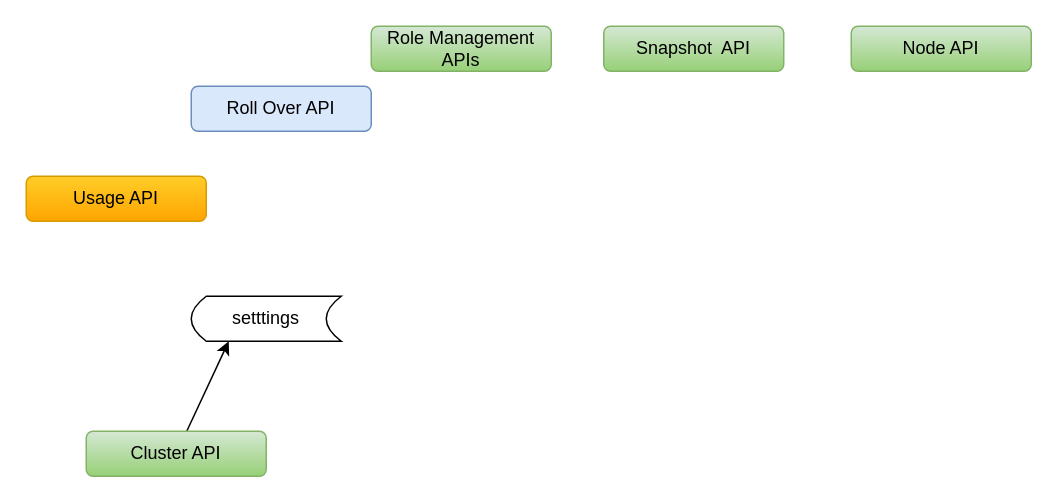
Before: page "Administration APIs" (2 of 5) of My Articles/elastic stack/ES REST APIs.drawio in paramothers/books, a draw.io diagram. Source tidied: cells renumbered, new cells numbered last; positions are measured from the earlier drawing's top-left corner, leaving out a move shared by most shapes. Both pictures are drawn from the tidied source at 150%, with x=0, y=0 at pixel (26, 26).
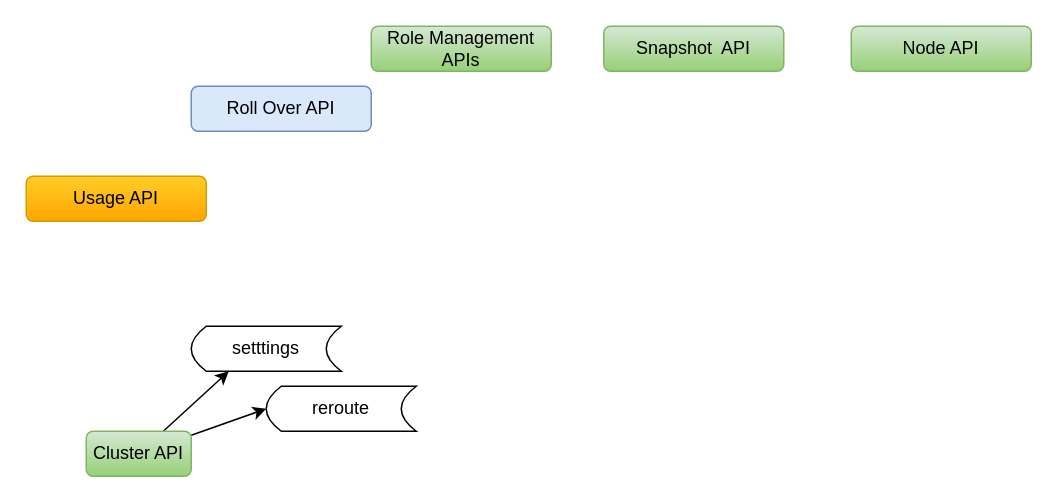
After the change.

What changed in the source:
```diff
@@
 <mxGraphModel>
   <root>
     <mxCell id="0" />
     <mxCell id="1" parent="0" />
     <mxCell id="2" value="Node API" style="rounded=1;whiteSpace=wrap;html=1;gradientColor=#97d077;fillColor=#d5e8d4;strokeColor=#82b366;" parent="1" vertex="1">
       <mxGeometry x="550" width="120" height="30" as="geometry" />
     </mxCell>
     <mxCell id="3" value="Snapshot&amp;nbsp; API" style="rounded=1;whiteSpace=wrap;html=1;gradientColor=#97d077;fillColor=#d5e8d4;strokeColor=#82b366;" parent="1" vertex="1">
       <mxGeometry x="385" width="120" height="30" as="geometry" />
     </mxCell>
     <mxCell id="4" value="Role Management APIs" style="rounded=1;whiteSpace=wrap;html=1;gradientColor=#97d077;fillColor=#d5e8d4;strokeColor=#82b366;" parent="1" vertex="1">
       <mxGeometry x="230" width="120" height="30" as="geometry" />
     </mxCell>
     <mxCell id="5" value="Roll Over API" style="rounded=1;whiteSpace=wrap;html=1;fillColor=#dae8fc;strokeColor=#6c8ebf;" parent="1" vertex="1">
       <mxGeometry x="110" y="40" width="120" height="30" as="geometry" />
     </mxCell>
     <mxCell id="6" value="Usage API" style="rounded=1;whiteSpace=wrap;html=1;gradientColor=#ffa500;fillColor=#ffcd28;strokeColor=#d79b00;" parent="1" vertex="1">
       <mxGeometry y="100" width="120" height="30" as="geometry" />
     </mxCell>
     <mxCell id="7" style="edgeStyle=none;rounded=0;jettySize=auto;html=1;entryX=0.25;entryY=1;entryDx=0;entryDy=0;" parent="1" edge="1" source="8" target="9">
       <mxGeometry relative="1" as="geometry" />
     </mxCell>
+    <mxCell id="10" style="edgeStyle=none;rounded=0;jettySize=auto;html=1;entryX=0;entryY=0.5;entryDx=0;entryDy=0;" parent="1" edge="1" source="8" target="11">
+      <mxGeometry relative="1" as="geometry" />
+    </mxCell>
     <mxCell id="8" value="Cluster API" style="rounded=1;whiteSpace=wrap;html=1;fillColor=#d5e8d4;strokeColor=#82b366;gradientColor=#97d077;" parent="1" vertex="1">
-      <mxGeometry x="40" y="270" width="120" height="30" as="geometry" />
+      <mxGeometry x="40" y="270" width="70" height="30" as="geometry" />
     </mxCell>
     <mxCell id="9" value="setttings" style="shape=dataStorage;whiteSpace=wrap;html=1;" parent="1" vertex="1">
-      <mxGeometry x="110" y="180" width="100" height="30" as="geometry" />
+      <mxGeometry x="110" y="200" width="100" height="30" as="geometry" />
     </mxCell>
+    <mxCell id="11" value="reroute" style="shape=dataStorage;whiteSpace=wrap;html=1;" parent="1" vertex="1">
+      <mxGeometry x="160" y="240" width="100" height="30" as="geometry" />
+    </mxCell>
   </root>
 </mxGraphModel>
```
